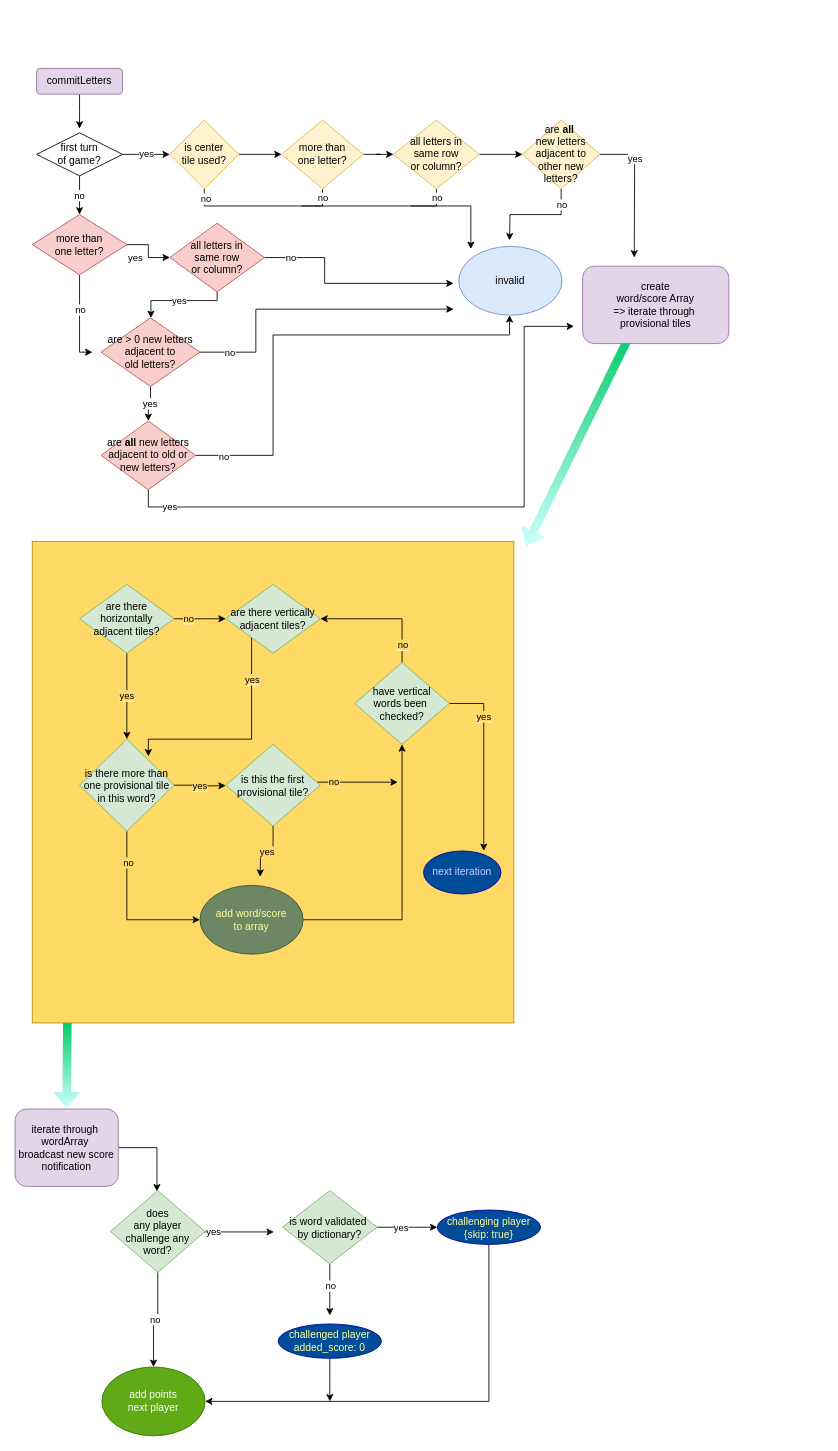
davebenjoya/scrooble keeps this draw.io diagram as scrooble_scoring.drawio. Above is the earlier version. Source tidied: cells renumbered, new cells numbered last; positions are measured from the earlier drawing's top-left corner, leaving out a move shared by most shapes. Both pictures are drawn from the tidied source at 86%, with x=0, y=0 at pixel (15, 68).
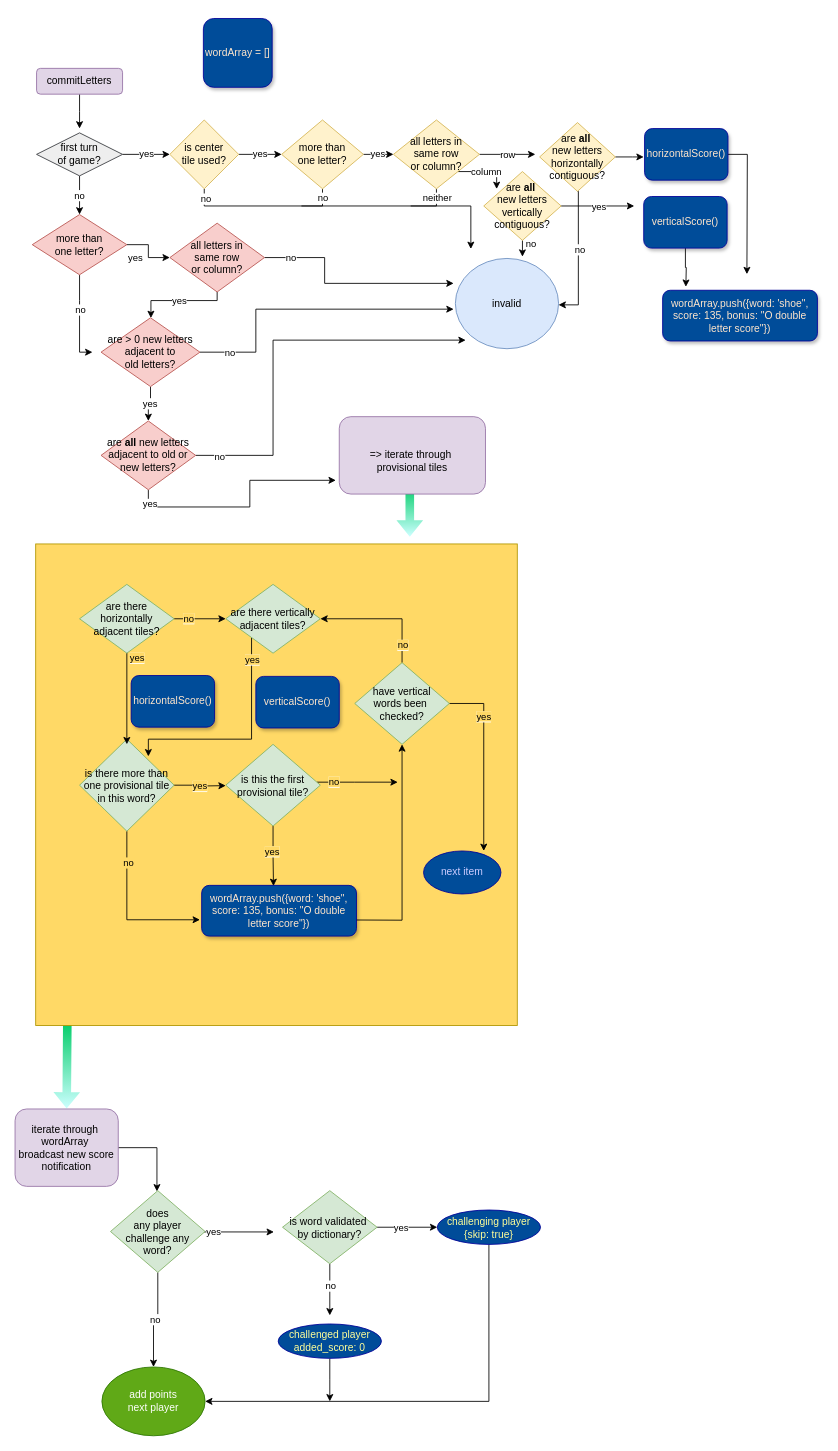
Above is the later version.

Unchanged cells that the change refers to:
```xml
<mxCell id="17" value="are &lt;b&gt;all&lt;/b&gt; new letters &lt;br&gt;adjacent to old or &lt;br&gt;new letters?" style="rhombus;whiteSpace=wrap;html=1;fillColor=#f8cecc;strokeColor=#b85450;" parent="1" vertex="1">
  <mxGeometry x="100" y="410" width="110" height="80" as="geometry" />
</mxCell>
<mxCell id="25" value="is center &lt;br&gt;tile used?" style="rhombus;whiteSpace=wrap;html=1;fillColor=#fff2cc;strokeColor=#d6b656;" parent="1" vertex="1">
  <mxGeometry x="180" y="60" width="80" height="80" as="geometry" />
</mxCell>
<mxCell id="30" style="edgeStyle=orthogonalEdgeStyle;rounded=0;jettySize=auto;html=1;exitX=0.5;exitY=1;exitDx=0;exitDy=0;startArrow=none;startFill=0;endArrow=none;endFill=0;" parent="1" edge="1" source="33">
  <mxGeometry relative="1" as="geometry">
    <mxPoint x="460" y="160" as="targetPoint" />
    <Array as="points">
      <mxPoint x="490" y="160" />
    </Array>
  </mxGeometry>
</mxCell>
<mxCell id="33" value="all letters in&lt;br&gt;same row&lt;br&gt;or column?" style="rhombus;whiteSpace=wrap;html=1;fillColor=#fff2cc;strokeColor=#d6b656;" parent="1" vertex="1">
  <mxGeometry x="440" y="60" width="100" height="80" as="geometry" />
</mxCell>
<mxCell id="37" value="more than &lt;br&gt;one letter?" style="rhombus;whiteSpace=wrap;html=1;fillColor=#fff2cc;strokeColor=#d6b656;" parent="1" vertex="1">
  <mxGeometry x="310" y="60" width="95" height="80" as="geometry" />
</mxCell>
<mxCell id="49" value="is there more than one provisional tile in this word?" style="rhombus;whiteSpace=wrap;html=1;fillColor=#d5e8d4;strokeColor=#82b366;" parent="1" vertex="1">
  <mxGeometry x="75" y="780" width="110" height="107" as="geometry" />
</mxCell>
<mxCell id="53" value="is this the first provisional tile?" style="rhombus;whiteSpace=wrap;html=1;fillColor=#d5e8d4;strokeColor=#82b366;" parent="1" vertex="1">
  <mxGeometry x="245" y="786" width="110" height="95" as="geometry" />
</mxCell>
<mxCell id="59" value="are there horizontally adjacent tiles?" style="rhombus;whiteSpace=wrap;html=1;fillColor=#d5e8d4;strokeColor=#82b366;" parent="1" vertex="1">
  <mxGeometry x="75" y="600" width="110" height="80" as="geometry" />
</mxCell>
<mxCell id="60" style="edgeStyle=orthogonalEdgeStyle;rounded=0;jettySize=auto;html=1;" parent="1" edge="1" source="62">
  <mxGeometry relative="1" as="geometry">
    <mxPoint x="155" y="800" as="targetPoint" />
    <Array as="points">
      <mxPoint x="275" y="780" />
      <mxPoint x="155" y="780" />
    </Array>
  </mxGeometry>
</mxCell>
<mxCell id="67" value="have vertical&lt;br&gt;words been&amp;nbsp;&lt;br&gt;checked?" style="rhombus;whiteSpace=wrap;html=1;fillColor=#d5e8d4;strokeColor=#82b366;" parent="1" vertex="1">
  <mxGeometry x="395" y="691" width="110" height="95" as="geometry" />
</mxCell>
```

Change to the diagram source:
```diff
@@
     <mxCell id="3" style="shape=flexArrow;endArrow=classic;html=1;strokeColor=none;gradientColor=#CCFFFF;fillColor=#00CC66;" parent="1" edge="1">
       <mxGeometry relative="1" as="geometry">
-        <mxPoint x="716.9" y="306" as="sourcePoint" />
-        <mxPoint x="594" y="556" as="targetPoint" />
+        <mxPoint x="459" y="484" as="sourcePoint" />
+        <mxPoint x="459" y="545" as="targetPoint" />
       </mxGeometry>
     </mxCell>
     <mxCell id="4" style="whiteSpace=wrap;html=1;strokeColor=#B09500;fontColor=#ffffff;fillColor=#FFD966;glass=0;" parent="1" vertex="1">
-      <mxGeometry x="20" y="550" width="560" height="560" as="geometry" />
+      <mxGeometry x="24" y="553" width="560" height="560" as="geometry" />
     </mxCell>
@@
-    <mxCell id="13" style="edgeStyle=orthogonalEdgeStyle;rounded=0;jettySize=auto;html=1;startArrow=none;startFill=0;endArrow=classic;endFill=1;" parent="1" edge="1" source="17" target="18">
+    <mxCell id="13" style="edgeStyle=orthogonalEdgeStyle;rounded=0;jettySize=auto;html=1;startArrow=none;startFill=0;endArrow=classic;endFill=1;" parent="1" edge="1" source="17">
       <mxGeometry relative="1" as="geometry">
+        <mxPoint x="524" y="316" as="targetPoint" />
         <Array as="points">
           <mxPoint x="300" y="450" />
-          <mxPoint x="300" y="310" />
-          <mxPoint x="575" y="310" />
+          <mxPoint x="300" y="316" />
         </Array>
       </mxGeometry>
     </mxCell>
@@
     <mxCell id="15" style="edgeStyle=orthogonalEdgeStyle;rounded=0;jettySize=auto;html=1;exitX=0.5;exitY=1;exitDx=0;exitDy=0;startArrow=none;startFill=0;endArrow=classic;endFill=1;" parent="1" edge="1" source="17">
       <mxGeometry relative="1" as="geometry">
-        <mxPoint x="650" y="300" as="targetPoint" />
+        <mxPoint x="373" y="479" as="targetPoint" />
         <Array as="points">
           <mxPoint x="155" y="510" />
-          <mxPoint x="592" y="510" />
-          <mxPoint x="592" y="300" />
+          <mxPoint x="273" y="510" />
+          <mxPoint x="273" y="479" />
         </Array>
       </mxGeometry>
     </mxCell>
@@
     <mxCell id="18" value="invalid" style="ellipse;whiteSpace=wrap;html=1;fillColor=#dae8fc;strokeColor=#6c8ebf;" parent="1" vertex="1">
-      <mxGeometry x="516" y="207" width="120" height="80" as="geometry" />
+      <mxGeometry x="512" y="221" width="120" height="105" as="geometry" />
     </mxCell>
@@
-    <mxCell id="21" value="first turn&lt;br&gt;of game?" style="rhombus;whiteSpace=wrap;html=1;" parent="1" vertex="1">
+    <mxCell id="21" value="first turn&lt;br&gt;of game?" style="rhombus;whiteSpace=wrap;html=1;fillColor=#eeeeee;strokeColor=#36393d;" parent="1" vertex="1">
       <mxGeometry x="25" y="75" width="100" height="50" as="geometry" />
     </mxCell>
@@
-    <mxCell id="24" style="edgeStyle=orthogonalEdgeStyle;rounded=0;jettySize=auto;html=1;startArrow=none;startFill=0;endArrow=classic;endFill=1;" parent="1" edge="1" source="25" target="37">
+    <mxCell id="24" value="yes" style="edgeStyle=orthogonalEdgeStyle;rounded=0;jettySize=auto;html=1;startArrow=none;startFill=0;endArrow=classic;endFill=1;" parent="1" edge="1" source="25" target="37">
       <mxGeometry relative="1" as="geometry" />
     </mxCell>
@@
-    <mxCell id="31" value="no" style="edgeLabel;html=1;align=center;verticalAlign=middle;" parent="30" vertex="1">
+    <mxCell id="31" value="neither" style="edgeLabel;html=1;align=center;verticalAlign=middle;" parent="30" vertex="1">
       <mxGeometry x="-0.2" y="1" relative="1" as="geometry">
         <mxPoint y="-11" as="offset" />
       </mxGeometry>
     </mxCell>
-    <mxCell id="32" style="edgeStyle=orthogonalEdgeStyle;rounded=0;jettySize=auto;html=1;exitX=1;exitY=0.5;exitDx=0;exitDy=0;startArrow=none;startFill=0;endArrow=classic;endFill=1;entryX=0;entryY=0.5;entryDx=0;entryDy=0;" parent="1" edge="1" source="33" target="42">
-      <mxGeometry relative="1" as="geometry" />
+    <mxCell id="32" value="row" style="edgeStyle=orthogonalEdgeStyle;rounded=0;jettySize=auto;html=1;exitX=1;exitY=0.5;exitDx=0;exitDy=0;startArrow=none;startFill=0;endArrow=classic;endFill=1;" parent="1" edge="1" source="33">
+      <mxGeometry relative="1" as="geometry">
+        <mxPoint x="605" y="100" as="targetPoint" />
+      </mxGeometry>
     </mxCell>
+    <mxCell id="84" value="column" style="edgeStyle=orthogonalEdgeStyle;rounded=0;jettySize=auto;html=1;exitX=1;exitY=1;exitDx=0;exitDy=0;endArrow=classic;endFill=1;fillColor=#00FFFF;gradientColor=#9933FF;" parent="1" edge="1" source="33">
+      <mxGeometry relative="1" as="geometry">
+        <mxPoint x="560.2" y="139.8" as="targetPoint" />
+      </mxGeometry>
+    </mxCell>
@@
-    <mxCell id="36" style="edgeStyle=orthogonalEdgeStyle;rounded=0;jettySize=auto;html=1;startArrow=none;startFill=0;endArrow=classic;endFill=1;" parent="1" edge="1" source="37" target="33">
+    <mxCell id="36" value="yes" style="edgeStyle=orthogonalEdgeStyle;rounded=0;jettySize=auto;html=1;startArrow=none;startFill=0;endArrow=classic;endFill=1;" parent="1" edge="1" source="37" target="33">
       <mxGeometry relative="1" as="geometry" />
     </mxCell>
@@
     <mxCell id="38" style="edgeStyle=orthogonalEdgeStyle;rounded=0;jettySize=auto;html=1;exitX=0.5;exitY=1;exitDx=0;exitDy=0;" parent="1" edge="1" source="42">
       <mxGeometry relative="1" as="geometry">
-        <mxPoint x="575" y="200" as="targetPoint" />
+        <mxPoint x="590" y="219" as="targetPoint" />
       </mxGeometry>
     </mxCell>
     <mxCell id="39" value="no" style="edgeLabel;html=1;align=center;verticalAlign=middle;" parent="38" vertex="1">
-      <mxGeometry x="-0.7" relative="1" as="geometry" />
+      <mxGeometry x="-0.7" relative="1" as="geometry">
+        <mxPoint x="9" as="offset" />
+      </mxGeometry>
     </mxCell>
     <mxCell id="40" style="edgeStyle=orthogonalEdgeStyle;rounded=0;jettySize=auto;html=1;exitX=1;exitY=0.5;exitDx=0;exitDy=0;startArrow=none;startFill=0;endArrow=classic;endFill=1;" parent="1" edge="1" source="42">
       <mxGeometry relative="1" as="geometry">
-        <mxPoint x="720" y="220" as="targetPoint" />
+        <mxPoint x="720" y="160" as="targetPoint" />
       </mxGeometry>
     </mxCell>
     <mxCell id="41" value="yes" style="edgeLabel;html=1;align=center;verticalAlign=middle;" parent="40" vertex="1">
-      <mxGeometry x="-0.44" relative="1" as="geometry" />
+      <mxGeometry x="-0.44" relative="1" as="geometry">
+        <mxPoint x="19" as="offset" />
+      </mxGeometry>
     </mxCell>
-    <mxCell id="42" value="are&amp;nbsp;&lt;b&gt;all&lt;/b&gt;&amp;nbsp;&lt;br&gt;new letters&lt;br&gt;adjacent to other new letters?" style="rhombus;whiteSpace=wrap;html=1;fillColor=#fff2cc;strokeColor=#d6b656;" parent="1" vertex="1">
-      <mxGeometry x="590" y="60" width="90" height="80" as="geometry" />
+    <mxCell id="42" value="are&amp;nbsp;&lt;b&gt;all&lt;/b&gt;&amp;nbsp;&lt;br&gt;new letters&lt;br&gt;vertically&lt;br&gt;contiguous?" style="rhombus;whiteSpace=wrap;html=1;fillColor=#fff2cc;strokeColor=#d6b656;" parent="1" vertex="1">
+      <mxGeometry x="545" y="120" width="90" height="80" as="geometry" />
     </mxCell>
-    <mxCell id="43" value="create &lt;br&gt;word/score Array&lt;br&gt;=&amp;gt; iterate through&amp;nbsp;&lt;br&gt;provisional tiles" style="rounded=1;whiteSpace=wrap;html=1;fillColor=#e1d5e7;strokeColor=#9673a6;" parent="1" vertex="1">
-      <mxGeometry x="660" y="230" width="170" height="90" as="geometry" />
+    <mxCell id="43" value="&lt;br&gt;=&amp;gt; iterate through&amp;nbsp;&lt;br&gt;provisional tiles" style="rounded=1;whiteSpace=wrap;html=1;fillColor=#e1d5e7;strokeColor=#9673a6;" parent="1" vertex="1">
+      <mxGeometry x="377" y="405" width="170" height="90" as="geometry" />
     </mxCell>
@@
-    <mxCell id="47" style="edgeStyle=orthogonalEdgeStyle;rounded=0;jettySize=auto;html=1;exitX=0.5;exitY=1;exitDx=0;exitDy=0;startArrow=none;startFill=0;endArrow=classic;endFill=1;entryX=0;entryY=0.5;entryDx=0;entryDy=0;" parent="1" edge="1" source="49" target="55">
+    <mxCell id="47" style="edgeStyle=orthogonalEdgeStyle;rounded=0;jettySize=auto;html=1;exitX=0.5;exitY=1;exitDx=0;exitDy=0;startArrow=none;startFill=0;endArrow=classic;endFill=1;entryX=0;entryY=0.5;entryDx=0;entryDy=0;" parent="1" edge="1" source="49">
       <mxGeometry relative="1" as="geometry">
+        <mxPoint x="215" y="990" as="targetPoint" />
         <Array as="points">
           <mxPoint x="130" y="990" />
         </Array>
       </mxGeometry>
     </mxCell>
@@
-    <mxCell id="50" value="&lt;span&gt;&lt;font color=&quot;#000000&quot;&gt;yes&lt;/font&gt;&lt;/span&gt;" style="edgeStyle=orthogonalEdgeStyle;rounded=0;jettySize=auto;html=1;exitX=0.5;exitY=1;exitDx=0;exitDy=0;startArrow=none;startFill=0;endArrow=classic;endFill=1;fontColor=#0000CC;labelBackgroundColor=#FFD966;" parent="1" edge="1" source="53">
-      <mxGeometry relative="1" as="geometry">
-        <mxPoint x="285" y="940" as="targetPoint" />
-      </mxGeometry>
-    </mxCell>
@@
+    <mxCell id="85" style="edgeStyle=orthogonalEdgeStyle;rounded=0;jettySize=auto;html=1;entryX=0.464;entryY=0.013;entryDx=0;entryDy=0;entryPerimeter=0;endArrow=classic;endFill=1;fillColor=#00FFFF;gradientColor=#9933FF;" parent="1" edge="1" source="53" target="95">
+      <mxGeometry relative="1" as="geometry" />
+    </mxCell>
+    <mxCell id="50" value="&lt;span style=&quot;background-color: rgb(255 , 217 , 102)&quot;&gt;yes&lt;/span&gt;" style="edgeLabel;html=1;align=center;verticalAlign=middle;" parent="85" vertex="1">
+      <mxGeometry x="-0.15" y="-2" relative="1" as="geometry">
+        <mxPoint y="-1" as="offset" />
+      </mxGeometry>
+    </mxCell>
@@
-    <mxCell id="54" style="edgeStyle=orthogonalEdgeStyle;rounded=0;jettySize=auto;html=1;endArrow=classic;endFill=1;" parent="1" edge="1" source="55" target="67">
-      <mxGeometry relative="1" as="geometry" />
+    <mxCell id="54" style="edgeStyle=orthogonalEdgeStyle;rounded=0;jettySize=auto;html=1;endArrow=classic;endFill=1;" parent="1" edge="1" target="67">
+      <mxGeometry relative="1" as="geometry">
+        <mxPoint x="335" y="990" as="sourcePoint" />
+      </mxGeometry>
     </mxCell>
-    <mxCell id="55" value="&lt;font color=&quot;#ffff99&quot;&gt;add word/score&lt;br&gt;to array&lt;br&gt;&lt;/font&gt;" style="ellipse;whiteSpace=wrap;html=1;fontColor=#ffffff;fillColor=#6d8764;strokeColor=#3A5431;" parent="1" vertex="1">
-      <mxGeometry x="215" y="950" width="120" height="80" as="geometry" />
-    </mxCell>
-    <mxCell id="56" value="&lt;span style=&quot;background-color: rgb(255 , 217 , 102)&quot;&gt;yes&lt;/span&gt;" style="edgeStyle=orthogonalEdgeStyle;rounded=0;jettySize=auto;html=1;entryX=0.5;entryY=0;entryDx=0;entryDy=0;" parent="1" edge="1" source="59" target="49">
-      <mxGeometry relative="1" as="geometry" />
+    <mxCell id="56" value="&lt;span style=&quot;background-color: rgb(255 , 217 , 102)&quot;&gt;yes&lt;/span&gt;" style="edgeStyle=orthogonalEdgeStyle;rounded=0;orthogonalLoop=1;jettySize=auto;html=1;entryX=0.5;entryY=0;entryDx=0;entryDy=0;" parent="1" edge="1">
+      <mxGeometry x="-0.21" y="12" relative="1" as="geometry">
+        <mxPoint x="103" y="648" as="sourcePoint" />
+        <mxPoint x="130" y="786" as="targetPoint" />
+        <Array as="points">
+          <mxPoint x="130" y="648" />
+        </Array>
+      </mxGeometry>
     </mxCell>
@@
     <mxCell id="61" value="&lt;span style=&quot;background-color: rgb(255 , 217 , 102)&quot;&gt;yes&lt;/span&gt;" style="edgeLabel;html=1;align=center;verticalAlign=middle;" parent="60" vertex="1">
-      <mxGeometry x="-0.62" relative="1" as="geometry" />
+      <mxGeometry x="-0.62" relative="1" as="geometry">
+        <mxPoint y="-23" as="offset" />
+      </mxGeometry>
     </mxCell>
@@
-    <mxCell id="68" value="&lt;font color=&quot;#ccccff&quot;&gt;next iteration&lt;/font&gt;" style="ellipse;whiteSpace=wrap;html=1;fontColor=#ffffff;strokeColor=#000099;fillColor=#004C99;" parent="1" vertex="1">
+    <mxCell id="68" value="&lt;font color=&quot;#ccccff&quot;&gt;next item&lt;/font&gt;" style="ellipse;whiteSpace=wrap;html=1;fontColor=#ffffff;strokeColor=#000099;fillColor=#004C99;" parent="1" vertex="1">
       <mxGeometry x="475" y="910" width="90" height="50" as="geometry" />
     </mxCell>
@@
+    <mxCell id="86" style="edgeStyle=orthogonalEdgeStyle;rounded=0;jettySize=auto;html=1;endArrow=classic;endFill=1;fillColor=#00FFFF;gradientColor=#9933FF;fontColor=#000099;" parent="1" edge="1" source="87">
+      <mxGeometry relative="1" as="geometry">
+        <mxPoint x="851" y="239.3" as="targetPoint" />
+      </mxGeometry>
+    </mxCell>
+    <mxCell id="87" value="&lt;font color=&quot;#ffe6cc&quot;&gt;horizontalScore()&lt;/font&gt;" style="rounded=1;whiteSpace=wrap;html=1;shadow=1;glass=0;sketch=0;strokeColor=#000099;fillColor=#004C99;" parent="1" vertex="1">
+      <mxGeometry x="732" y="70" width="97" height="60" as="geometry" />
+    </mxCell>
+    <mxCell id="88" style="edgeStyle=orthogonalEdgeStyle;rounded=0;jettySize=auto;html=1;exitX=0.5;exitY=1;exitDx=0;exitDy=0;endArrow=classic;endFill=1;fillColor=#00FFFF;gradientColor=#9933FF;fontColor=#000099;" parent="1" edge="1" source="89">
+      <mxGeometry relative="1" as="geometry">
+        <mxPoint x="780" y="254" as="targetPoint" />
+      </mxGeometry>
+    </mxCell>
+    <mxCell id="89" value="&lt;font color=&quot;#ffe6cc&quot;&gt;verticalScore()&lt;/font&gt;" style="rounded=1;whiteSpace=wrap;html=1;shadow=1;glass=0;sketch=0;strokeColor=#000099;fillColor=#004C99;" parent="1" vertex="1">
+      <mxGeometry x="731" y="149" width="97" height="60" as="geometry" />
+    </mxCell>
+    <mxCell id="90" style="edgeStyle=orthogonalEdgeStyle;rounded=0;jettySize=auto;html=1;exitX=0.5;exitY=1;exitDx=0;exitDy=0;endArrow=classic;endFill=1;fillColor=#00FFFF;gradientColor=#9933FF;" parent="1" edge="1" source="93" target="18">
+      <mxGeometry relative="1" as="geometry">
+        <Array as="points">
+          <mxPoint x="655" y="275" />
+        </Array>
+      </mxGeometry>
+    </mxCell>
+    <mxCell id="91" value="no" style="edgeLabel;html=1;align=center;verticalAlign=middle;" parent="90" vertex="1">
+      <mxGeometry x="-0.13" y="1" relative="1" as="geometry" />
+    </mxCell>
+    <mxCell id="92" style="edgeStyle=orthogonalEdgeStyle;rounded=0;jettySize=auto;html=1;endArrow=classic;endFill=1;fillColor=#00FFFF;gradientColor=#9933FF;" parent="1" edge="1" source="93">
+      <mxGeometry relative="1" as="geometry">
+        <mxPoint x="731" y="103" as="targetPoint" />
+      </mxGeometry>
+    </mxCell>
+    <mxCell id="93" value="are&amp;nbsp;&lt;b&gt;all&lt;/b&gt;&amp;nbsp;&lt;br&gt;new letters&lt;br&gt;horizontally&lt;br&gt;contiguous?" style="rhombus;whiteSpace=wrap;html=1;fillColor=#fff2cc;strokeColor=#d6b656;" parent="1" vertex="1">
+      <mxGeometry x="610" y="63" width="88" height="80" as="geometry" />
+    </mxCell>
+    <mxCell id="94" value="&lt;font color=&quot;#ffe6cc&quot;&gt;wordArray = []&lt;/font&gt;" style="whiteSpace=wrap;html=1;rounded=1;shadow=1;glass=0;sketch=0;strokeColor=#000099;fillColor=#004C99;" parent="1" vertex="1">
+      <mxGeometry x="219" y="-58" width="80" height="80" as="geometry" />
+    </mxCell>
+    <mxCell id="95" value="&lt;font color=&quot;#ffe6cc&quot;&gt;wordArray.push({word: 'shoe&quot;, score: 135, bonus: &quot;O double letter score&quot;})&lt;/font&gt;" style="rounded=1;whiteSpace=wrap;html=1;shadow=1;glass=0;sketch=0;strokeColor=#000099;fillColor=#004C99;" parent="1" vertex="1">
+      <mxGeometry x="217" y="950" width="180" height="59" as="geometry" />
+    </mxCell>
+    <mxCell id="96" value="&lt;font color=&quot;#ffe6cc&quot;&gt;horizontalScore()&lt;/font&gt;" style="rounded=1;whiteSpace=wrap;html=1;shadow=1;glass=0;sketch=0;strokeColor=#000099;fillColor=#004C99;" parent="1" vertex="1">
+      <mxGeometry x="135" y="706" width="97" height="60" as="geometry" />
+    </mxCell>
+    <mxCell id="97" value="&lt;font color=&quot;#ffe6cc&quot;&gt;verticalScore()&lt;/font&gt;" style="rounded=1;whiteSpace=wrap;html=1;shadow=1;glass=0;sketch=0;strokeColor=#000099;fillColor=#004C99;" parent="1" vertex="1">
+      <mxGeometry x="280" y="707" width="97" height="60" as="geometry" />
+    </mxCell>
+    <mxCell id="98" value="&lt;font color=&quot;#ffe6cc&quot;&gt;wordArray.push({word: 'shoe&quot;, score: 135, bonus: &quot;O double letter score&quot;})&lt;/font&gt;" style="rounded=1;whiteSpace=wrap;html=1;shadow=1;glass=0;sketch=0;strokeColor=#000099;fillColor=#004C99;" parent="1" vertex="1">
+      <mxGeometry x="753" y="258" width="180" height="59" as="geometry" />
+    </mxCell>
```
